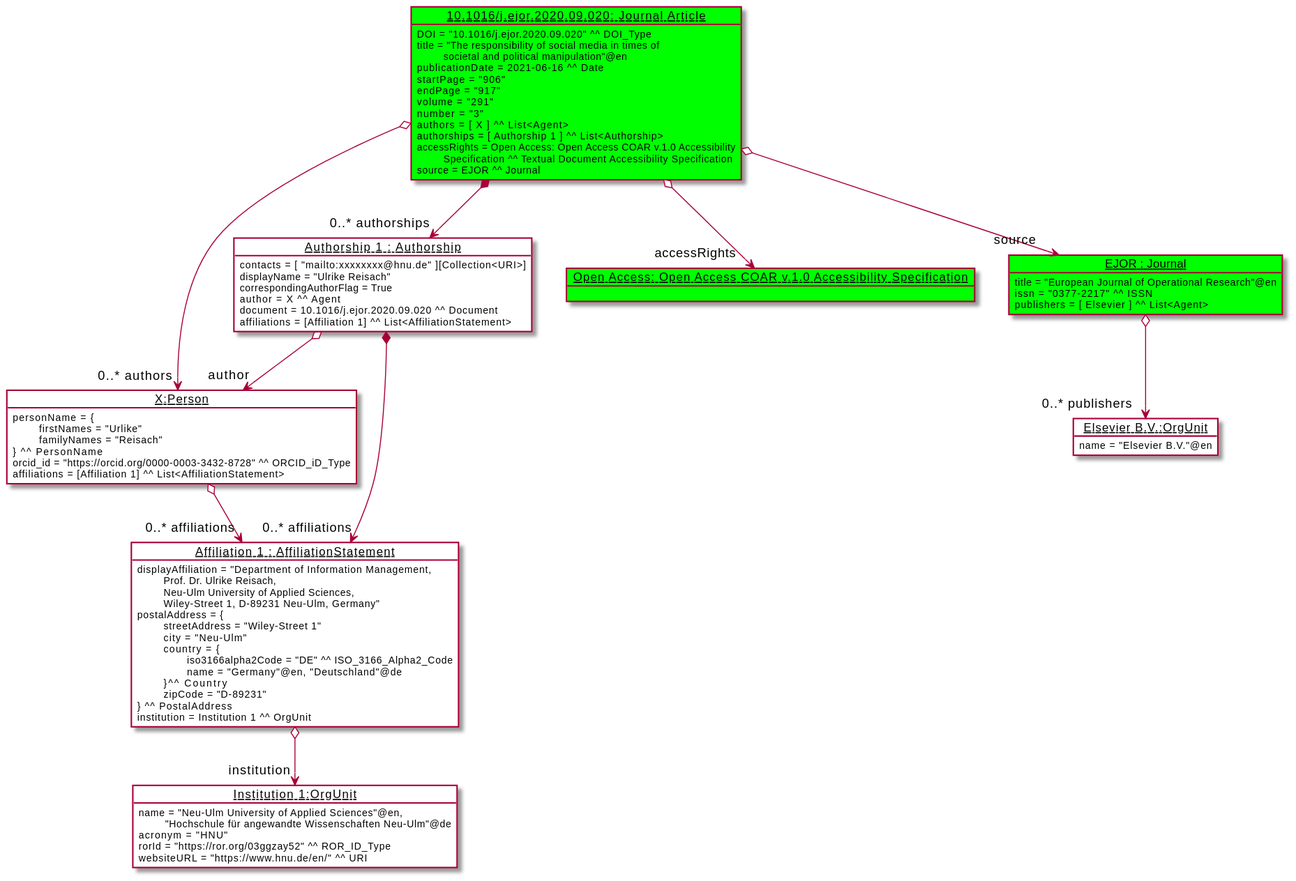
Earlier version of the PlantUML export diagrams/example.svg (EuroCRIS/CERIF-ScholarlyPublicationsModule).
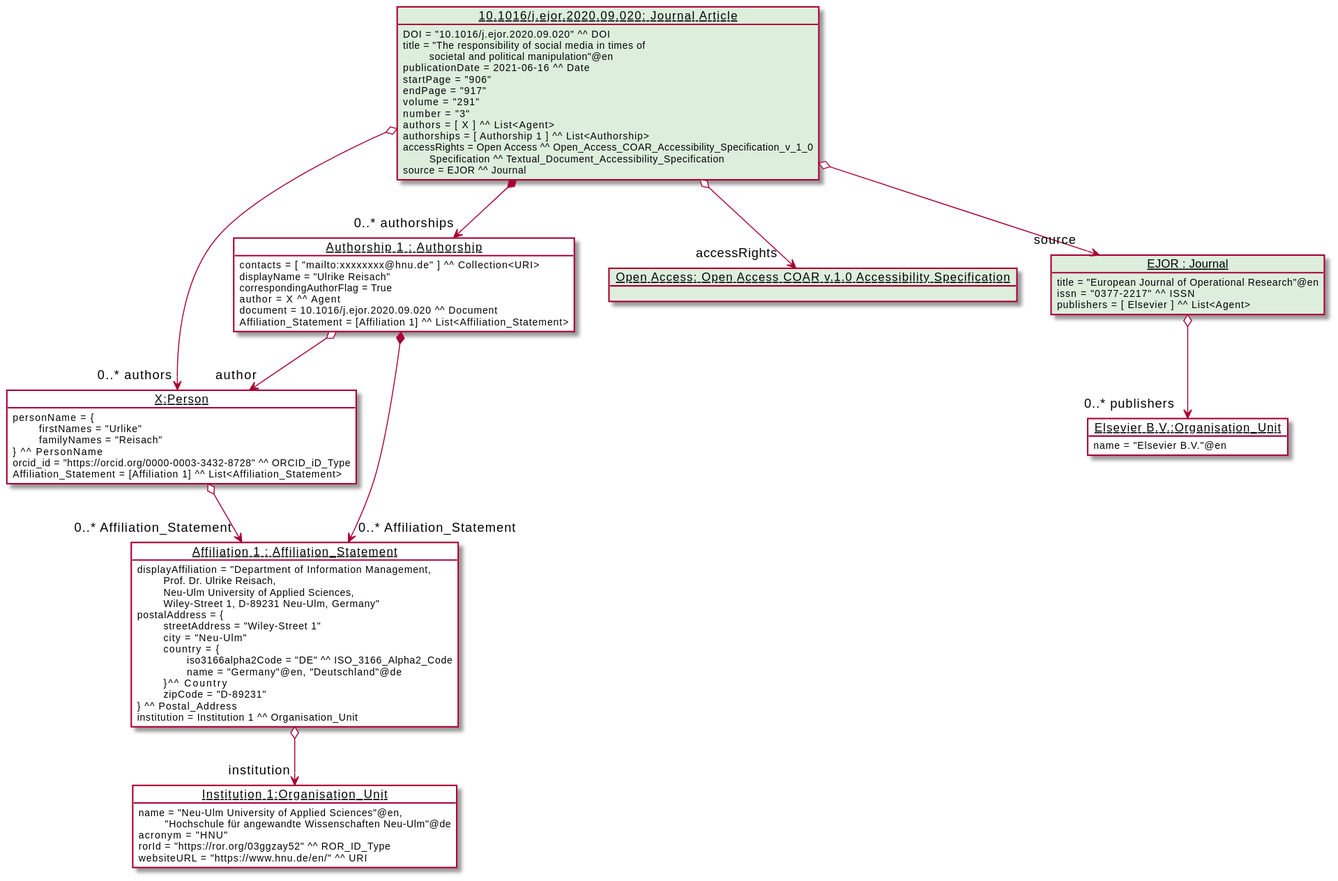
After the change.

The edit, as a diff of the source:
```diff
@@ -4,16 +4,16 @@
 !include ../../CERIF-Core/diagrams/example.puml
 
 
-    object "<u>Open Access: Open Access COAR v.1.0 Accessibility Specification</u>" as OpenAccess #00ff00
+    object "<u>Open Access: Open Access COAR v.1.0 Accessibility Specification</u>" as OpenAccess #ddeedd
 
-    object "<u>EJOR : Journal</u>" as journalEJOR #00ff00 {
+    object "<u>EJOR : Journal</u>" as journalEJOR #ddeedd {
         title = "European Journal of Operational Research"@en
         issn = "0377-2217" ^^ ISSN
         publishers = [ Elsevier ] ^^ List<Agent>
         }
 
-    object "<u>10.1016/j.ejor.2020.09.020: Journal Article</u>" as article09020 #00ff00 {
-            DOI = "10.1016/j.ejor.2020.09.020" ^^ DOI_Type
+    object "<u>10.1016/j.ejor.2020.09.020: Journal Article</u>" as article09020 #ddeedd {
+            DOI = "10.1016/j.ejor.2020.09.020" ^^ DOI
             title = "The responsibility of social media in times of
             \t societal and political manipulation"@en
             publicationDate = 2021-06-16 ^^ Date
@@ -23,8 +23,8 @@
             number = "3"
             authors = [ X ] ^^ List<Agent>
             authorships = [ Authorship 1 ] ^^ List<Authorship>
-            accessRights = Open Access: Open Access COAR v.1.0 Accessibility
-            \t Specification ^^ Textual Document Accessibility Specification
+            accessRights = Open Access ^^ Open_Access_COAR_Accessibility_Specification_v_1_0
+            \t Specification ^^ Textual_Document_Accessibility_Specification
             source = EJOR ^^ Journal
     }
 
```
